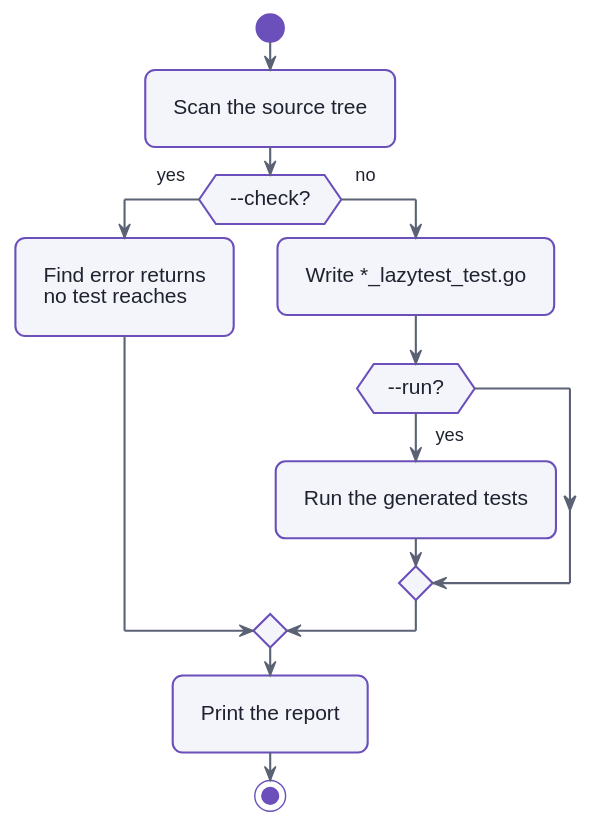
Before: docs/diagrams/flow.svg, a diagram exported from PlantUML (Mirac61/yawntest).
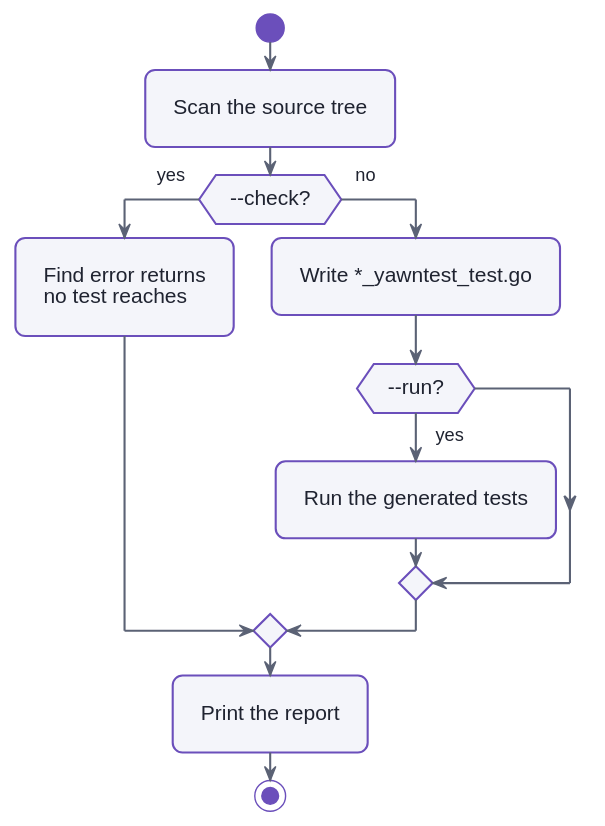
The same diagram one commit later.

Diff of the diagram source:
```diff
@@ -7,7 +7,7 @@
   :Find error returns
   no test reaches;
 else (no)
-  :Write *_lazytest_test.go;
+  :Write *_yawntest_test.go;
   if (--run?) then (yes)
     :Run the generated tests;
   endif
```
